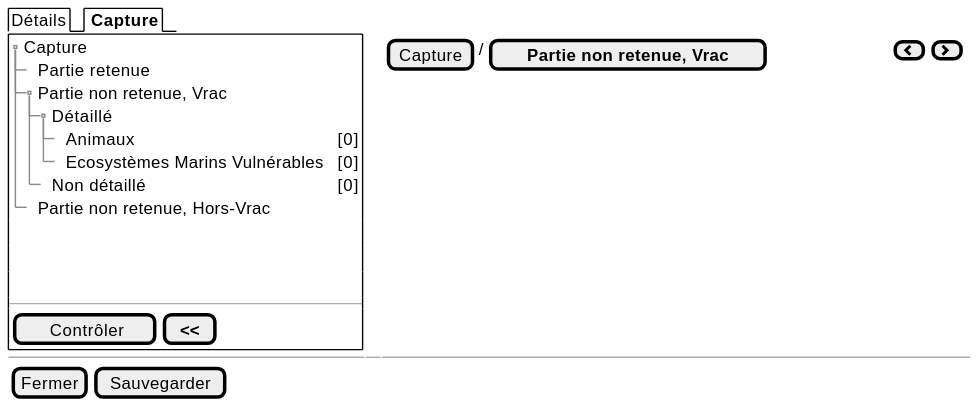
Earlier version of the PlantUML export projects/obsmer/spe/images/batch/batch-tree-PNR-VRAC-DETAIL.svg (sumaris-net/sumaris-doc). Its source is kept beside it as projects/obsmer/spe/images/batch/batch-tree-PNR-VRAC-DETAIL.puml.
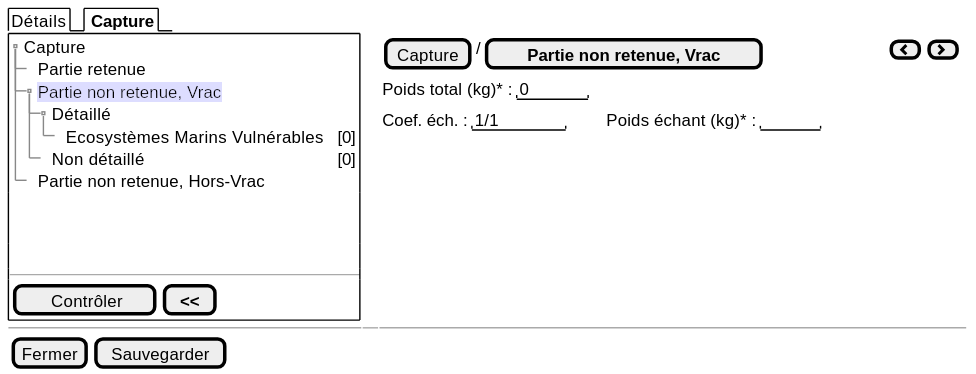
Above is the later version.

Diff of the diagram source:
```diff
@@ -5,9 +5,8 @@
    {T
        + Capture
        ++ Partie retenue
-       ++ Partie non retenue, Vrac
+       ++ <back:#DDF>Partie non retenue, Vrac
        +++ Détaillé
-       ++++ Animaux | <color:black>[0]
        ++++ Ecosystèmes Marins Vulnérables | <color:black>[0]
        +++ Non détaillé | <color:black>[0]
        ++ Partie non retenue, Hors-Vrac
@@ -21,6 +20,12 @@
    }
   } | . | {
     { [Capture] | / | [<b>Partie non retenue, Vrac] | . | . | . | . | . | . | . | . | . | . | . | . | . | . | . | . | . | { [<&chevron-left>] | [<&chevron-right>] } }
+
+    {Poids total (kg)* : | " 0    " | . | . | . | . | . | . | . | . | . | . | . | . | . | . | . | . | . | . | . | . | . | . | . | . | . | . | . | . | . | . | . | . | . | . | . | . | . | . |  }
+
+    {Coef. éch. : | " 1/1    " | . | . | . | . | . |  Poids échant (kg)* : | "     " }
+
+
     }
   -- | -- | --
   { [Fermer] | [Sauvegarder] }
```
